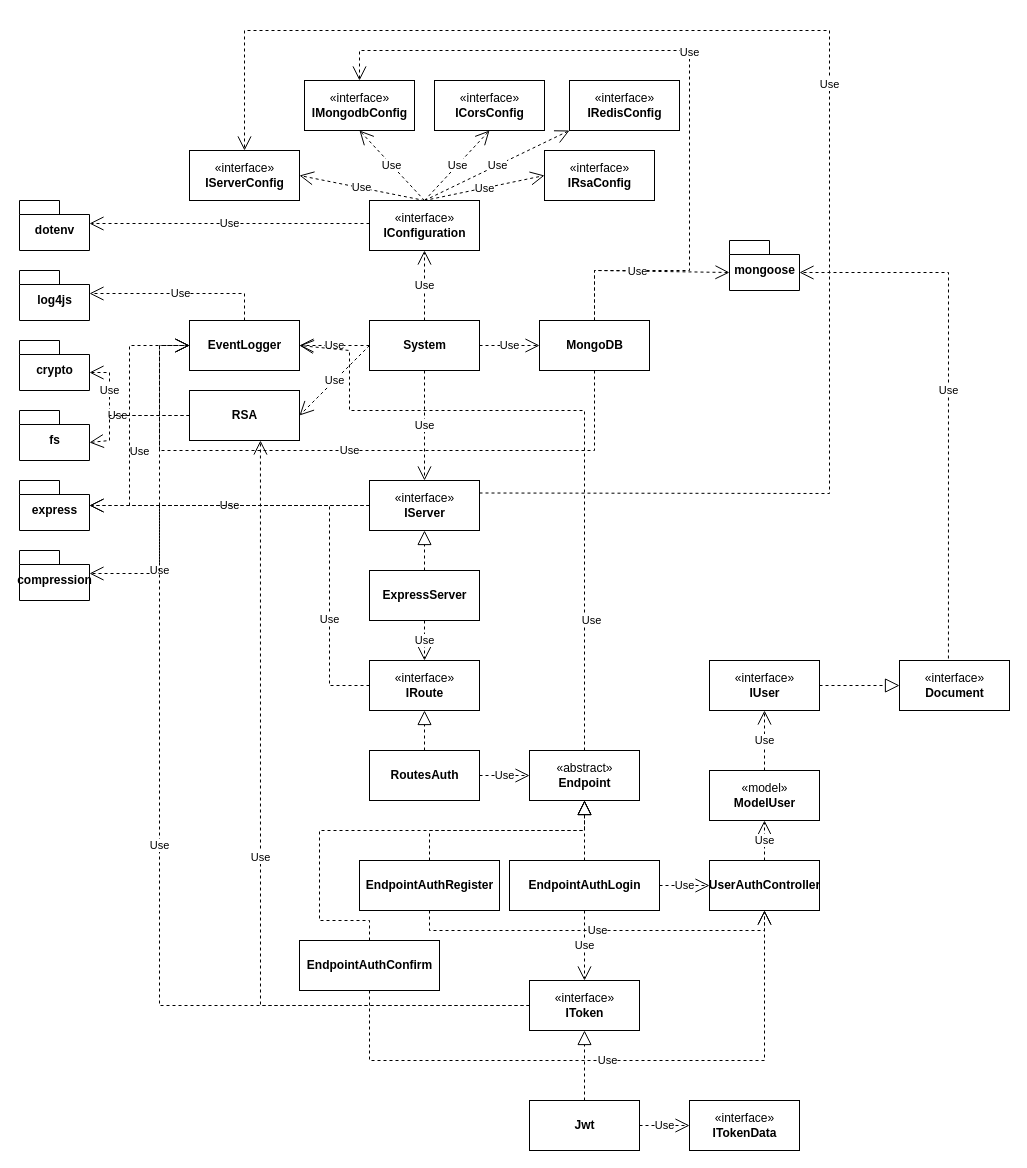
The draw.io diagram api-docs/draw.io/architecture.drawio in syr0s/todo-backend, before the edit. Source tidied: cells renumbered, new cells numbered last; positions are measured from the earlier drawing's top-left corner, leaving out a move shared by most shapes. Both pictures are drawn from the tidied source at 100%, with x=0, y=0 at pixel (19, 30).
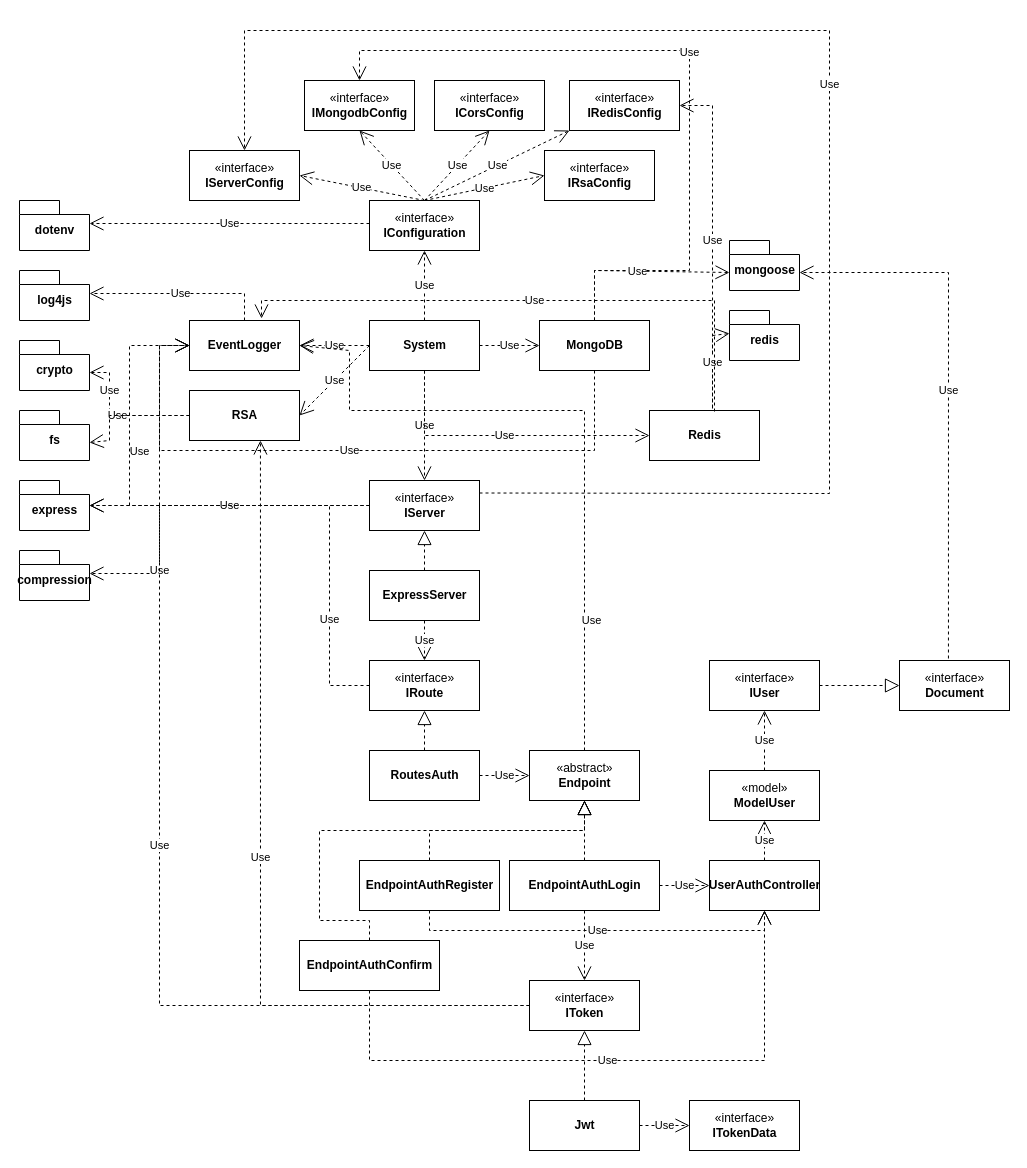
The same page after the edit.

Commit message (it also covers changes not shown here):
feat: :sparkles: implemented redis service

The change refers to these unchanged cells:
```xml
<mxCell id="7" value="System" style="html=1;fontStyle=1;" parent="1" vertex="1">
  <mxGeometry x="350" y="290" width="110" height="50" as="geometry" />
</mxCell>
<mxCell id="13" value="EventLogger" style="html=1;fontStyle=1;" parent="1" vertex="1">
  <mxGeometry x="170" y="290" width="110" height="50" as="geometry" />
</mxCell>
<mxCell id="74" value="«interface»&lt;br&gt;&lt;b&gt;IRedisConfig&lt;/b&gt;" style="html=1;" parent="1" vertex="1">
  <mxGeometry x="550" y="50" width="110" height="50" as="geometry" />
</mxCell>
```

Change to the diagram source:
```diff
@@
+    <mxCell id="76" value="Redis" style="html=1;fontStyle=1;" parent="1" vertex="1">
+      <mxGeometry x="630" y="380" width="110" height="50" as="geometry" />
+    </mxCell>
+    <mxCell id="77" value="Use" style="endArrow=open;endSize=12;dashed=1;html=1;rounded=0;entryX=0;entryY=0.5;entryDx=0;entryDy=0;exitX=0.5;exitY=1;exitDx=0;exitDy=0;" parent="1" edge="1" source="7" target="76">
+      <mxGeometry relative="1" as="geometry">
+        <Array as="points">
+          <mxPoint x="405" y="405" />
+        </Array>
+      </mxGeometry>
+    </mxCell>
+    <mxCell id="78" value="Use" style="endArrow=open;endSize=12;dashed=1;html=1;rounded=0;exitX=0.573;exitY=-0.04;exitDx=0;exitDy=0;exitPerimeter=0;entryX=1;entryY=0.5;entryDx=0;entryDy=0;" parent="1" edge="1" source="76" target="74">
+      <mxGeometry relative="1" as="geometry">
+        <Array as="points">
+          <mxPoint x="693" y="75" />
+        </Array>
+      </mxGeometry>
+    </mxCell>
+    <mxCell id="79" value="redis" style="shape=folder;fontStyle=1;spacingTop=10;tabWidth=40;tabHeight=14;tabPosition=left;html=1;" parent="1" vertex="1">
+      <mxGeometry x="710" y="280" width="70" height="50" as="geometry" />
+    </mxCell>
+    <mxCell id="80" value="Use" style="endArrow=open;endSize=12;dashed=1;html=1;rounded=0;exitX=0.573;exitY=-0.06;exitDx=0;exitDy=0;exitPerimeter=0;entryX=0;entryY=0;entryDx=0;entryDy=23;entryPerimeter=0;" parent="1" edge="1" source="76" target="79">
+      <mxGeometry relative="1" as="geometry">
+        <Array as="points">
+          <mxPoint x="693" y="305" />
+        </Array>
+      </mxGeometry>
+    </mxCell>
+    <mxCell id="81" value="Use" style="endArrow=open;endSize=12;dashed=1;html=1;rounded=0;exitX=0.591;exitY=0.02;exitDx=0;exitDy=0;exitPerimeter=0;entryX=0.655;entryY=-0.04;entryDx=0;entryDy=0;entryPerimeter=0;" parent="1" edge="1" source="76" target="13">
+      <mxGeometry relative="1" as="geometry">
+        <Array as="points">
+          <mxPoint x="695" y="270" />
+          <mxPoint x="242" y="270" />
+        </Array>
+      </mxGeometry>
+    </mxCell>
```
